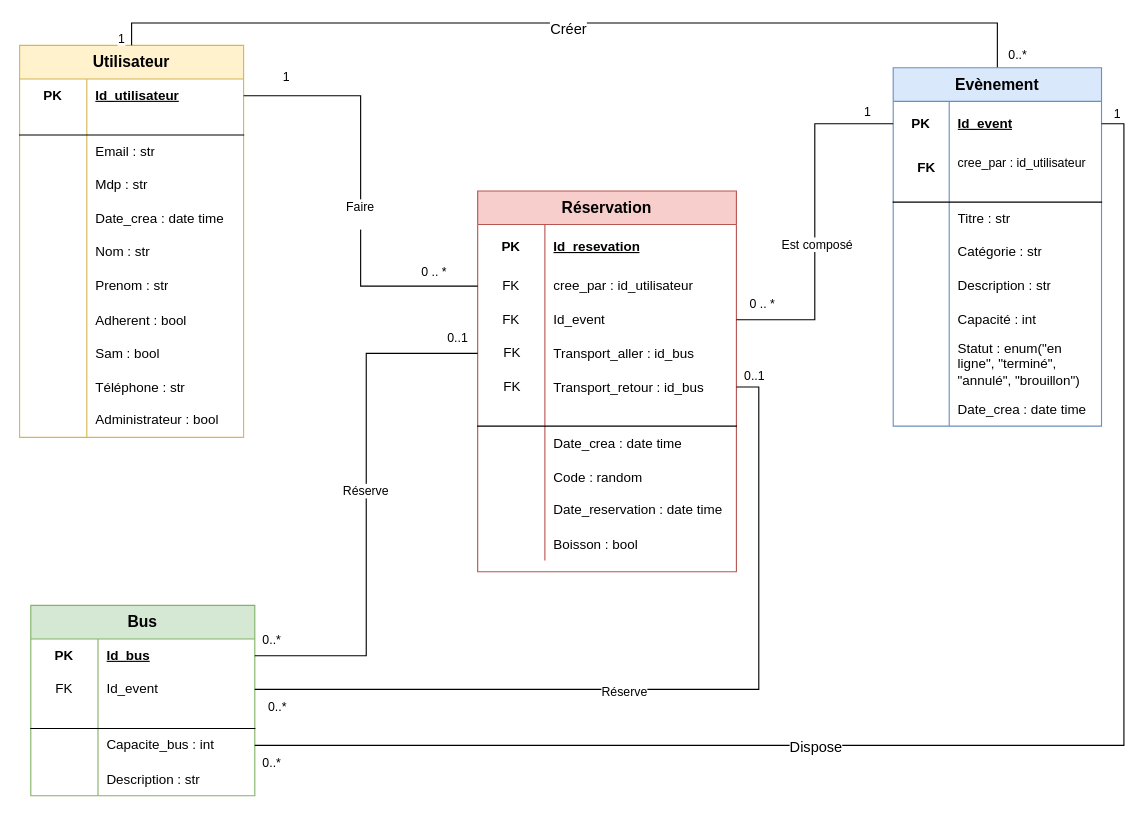
khalidjerrari/ENSAI-Projet-info-2A keeps this draw.io diagram as doc/Diagramme Bdd.drawio. Above is the earlier version. Source tidied: cells renumbered, new cells numbered last; positions are measured from the earlier drawing's top-left corner, leaving out a move shared by most shapes. Both pictures are drawn from the tidied source at 112%, with x=0, y=0 at pixel (19, 45).
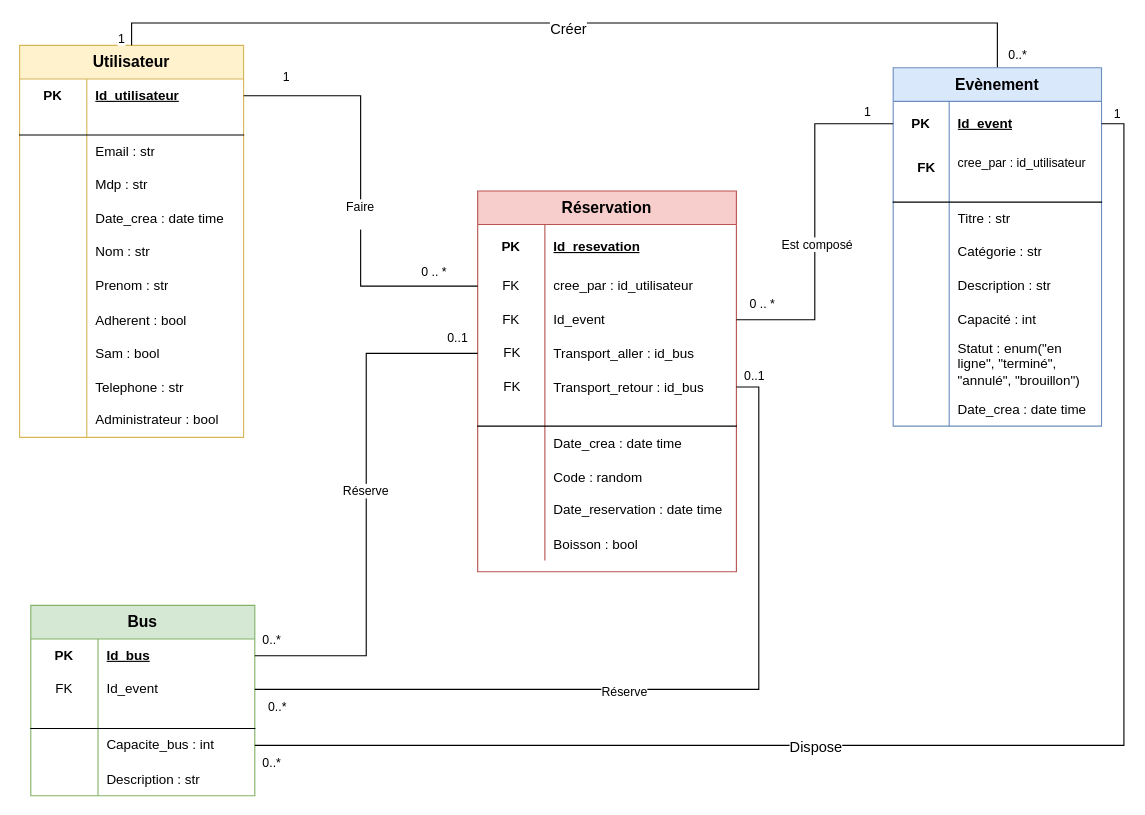
The same diagram, later.

Commit message:
Mettre à jour Diagramme Bdd.drawio

Unchanged cells that the change refers to:
```xml
<mxCell id="30" style="shape=tableRow;horizontal=0;startSize=0;swimlaneHead=0;swimlaneBody=0;fillColor=none;top=0;left=0;right=0;bottom=0;" parent="2" vertex="1">
  <mxGeometry y="290" width="200" height="30" as="geometry" />
</mxCell>
```

Diff of the diagram source:
```diff
@@
-    <mxCell id="32" value="Téléphone : str" style="shape=partialRectangle;fillColor=none;top=0;left=0;bottom=0;right=0;align=left;spacingLeft=6;overflow=hidden;" parent="30" vertex="1">
+    <mxCell id="32" value="Telephone : str" style="shape=partialRectangle;fillColor=none;top=0;left=0;bottom=0;right=0;align=left;spacingLeft=6;overflow=hidden;" parent="30" vertex="1">
       <mxGeometry x="60" width="140" height="30" as="geometry" />
     </mxCell>
```
